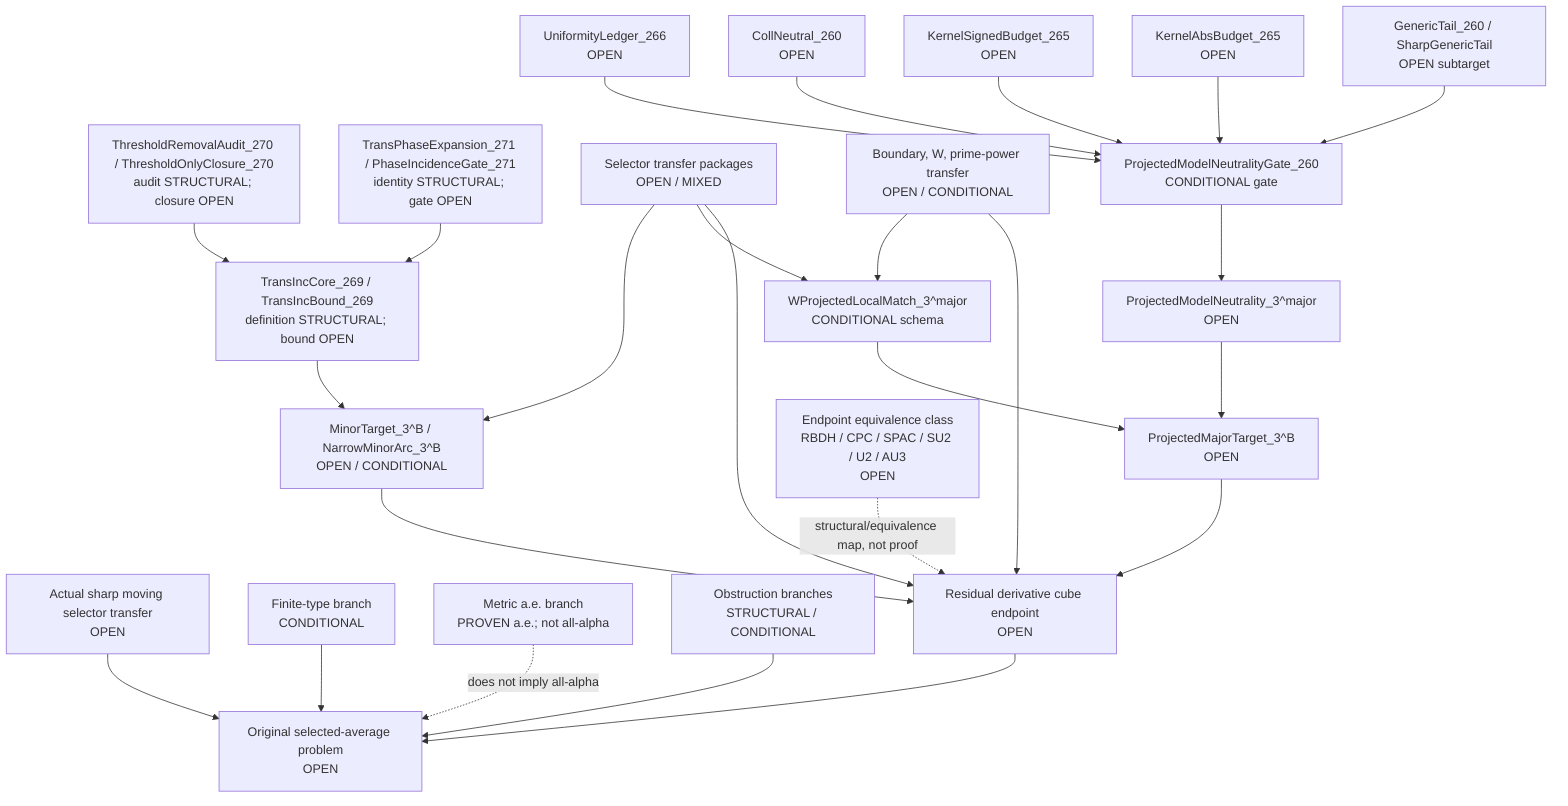
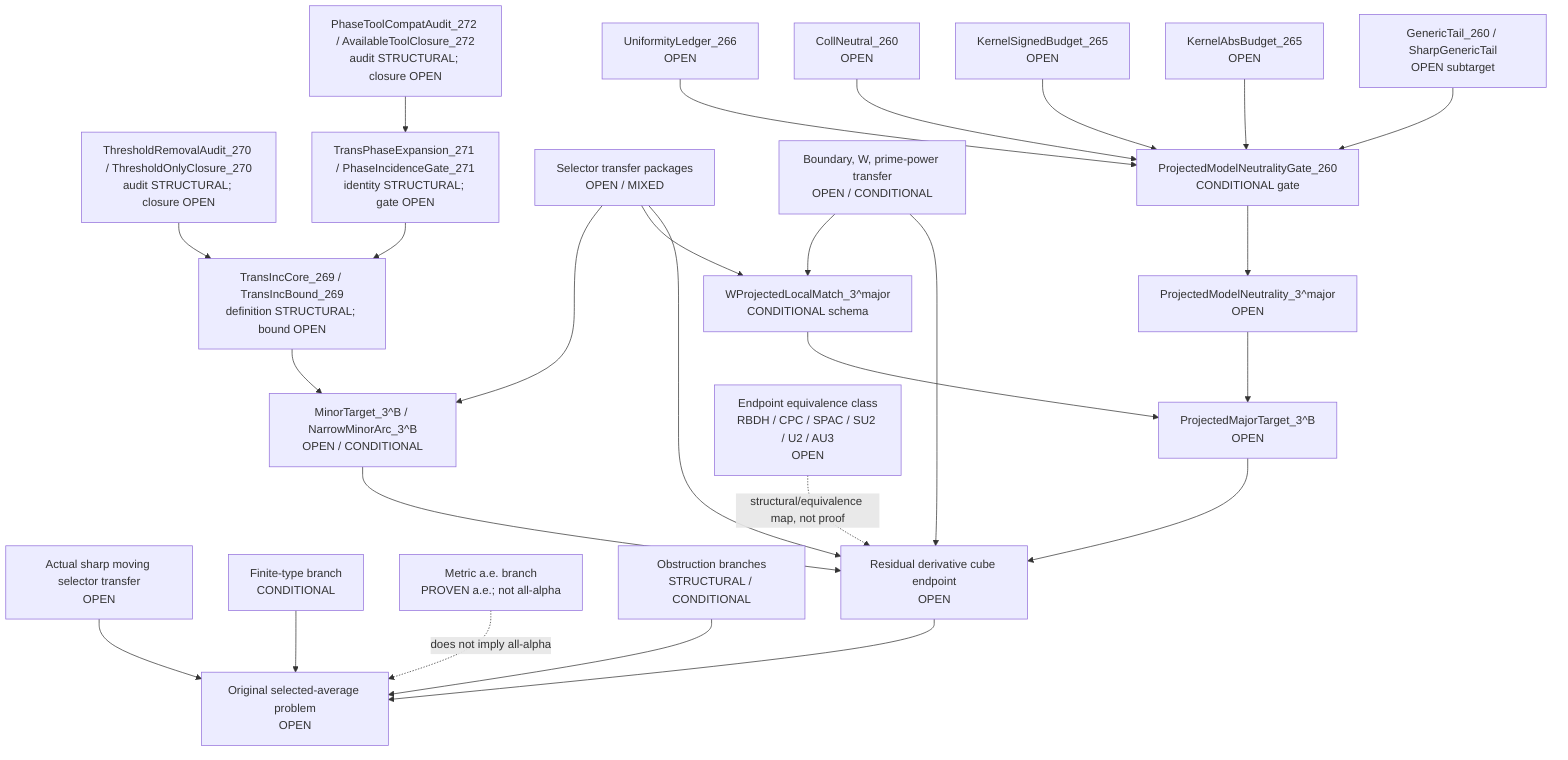
flowchart TD
  Original["Original selected-average problem<br/>OPEN"]
  SharpSel["Actual sharp moving selector transfer<br/>OPEN"]
  FiniteType["Finite-type branch<br/>CONDITIONAL"]
  Metric["Metric a.e. branch<br/>PROVEN a.e.; not all-alpha"]
  Obstruction["Obstruction branches<br/>STRUCTURAL / CONDITIONAL"]

  ResCube["Residual derivative cube endpoint<br/>OPEN"]
  MajorTarget["ProjectedMajorTarget_3^B<br/>OPEN"]
  MinorTarget["MinorTarget_3^B / NarrowMinorArc_3^B<br/>OPEN / CONDITIONAL"]
  TransInc["TransIncCore_269 / TransIncBound_269<br/>definition STRUCTURAL; bound OPEN"]
  ThresholdAudit["ThresholdRemovalAudit_270 / ThresholdOnlyClosure_270<br/>audit STRUCTURAL; closure OPEN"]
  PhaseExpansion["TransPhaseExpansion_271 / PhaseIncidenceGate_271<br/>identity STRUCTURAL; gate OPEN"]
+   ToolCompat["PhaseToolCompatAudit_272 / AvailableToolClosure_272<br/>audit STRUCTURAL; closure OPEN"]
  SelectorTransfer["Selector transfer packages<br/>OPEN / MIXED"]
  BoundaryTransfer["Boundary, W, prime-power transfer<br/>OPEN / CONDITIONAL"]

  WLocal["WProjectedLocalMatch_3^major<br/>CONDITIONAL schema"]
  ModelNeutral["ProjectedModelNeutrality_3^major<br/>OPEN"]
  PMNGate["ProjectedModelNeutralityGate_260<br/>CONDITIONAL gate"]
  GenericTail["GenericTail_260 / SharpGenericTail<br/>OPEN subtarget"]
  KernelAbs["KernelAbsBudget_265<br/>OPEN"]
  KernelSigned["KernelSignedBudget_265<br/>OPEN"]
  CollNeutral["CollNeutral_260<br/>OPEN"]
  Uniformity["UniformityLedger_266<br/>OPEN"]

  EndpointClass["Endpoint equivalence class<br/>RBDH / CPC / SPAC / SU2 / U2 / AU3<br/>OPEN"]

  SharpSel --> Original
  FiniteType --> Original
  Obstruction --> Original
  ResCube --> Original
  Metric -. "does not imply all-alpha" .-> Original

  MajorTarget --> ResCube
  MinorTarget --> ResCube
  TransInc --> MinorTarget
  ThresholdAudit --> TransInc
  PhaseExpansion --> TransInc
+   ToolCompat --> PhaseExpansion
  SelectorTransfer --> ResCube
  BoundaryTransfer --> ResCube
  EndpointClass -. "structural/equivalence map, not proof" .-> ResCube

  WLocal --> MajorTarget
  ModelNeutral --> MajorTarget

  PMNGate --> ModelNeutral
  GenericTail --> PMNGate
  KernelAbs --> PMNGate
  KernelSigned --> PMNGate
  CollNeutral --> PMNGate
  Uniformity --> PMNGate

  BoundaryTransfer --> WLocal
  SelectorTransfer --> WLocal
  SelectorTransfer --> MinorTarget
